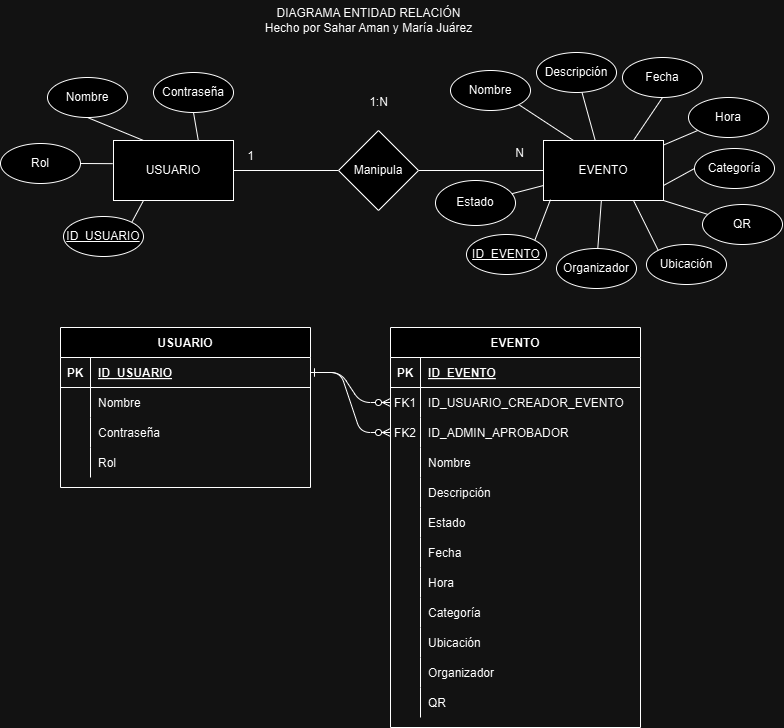
This is DIAGRAMA_ER_PROYECTOWEB.drawio.png from mariajuarezmo/Eventify_Proyecto_Colaborativo, a draw.io export, as it was before one commit. Source tidied: cells renumbered, new cells last; positions are measured from the earlier drawing's top-left corner, leaving out a move shared by most shapes.
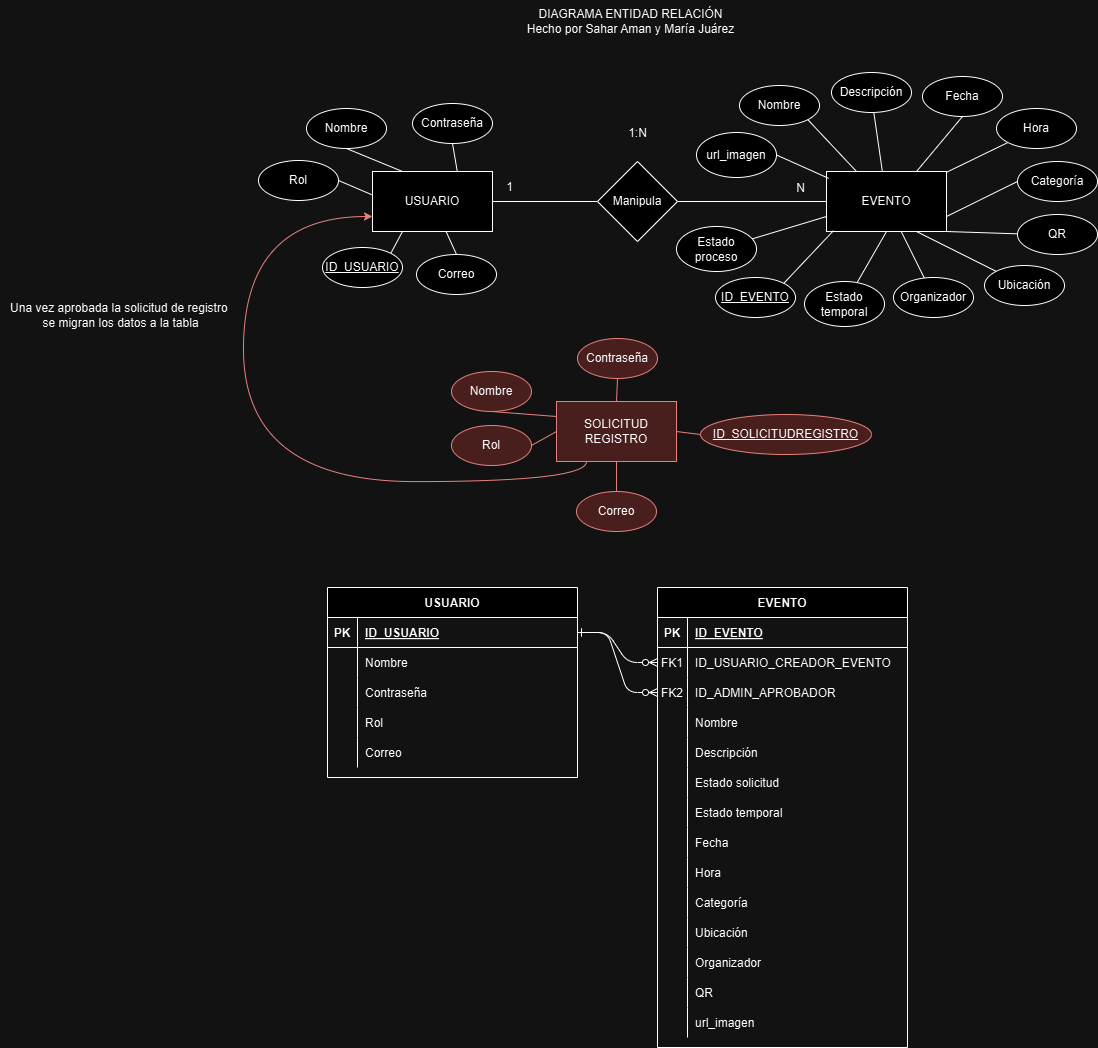
Later version of the same file.

Commit message:
Modificación ER y agregar atributos url_imagen la tabla Eventos y el atributo correo en la tabla Usuarios

Diff of the diagram source:
```diff
@@ -6,7 +6,7 @@
       <mxGeometry relative="1" as="geometry" />
     </mxCell>
     <mxCell id="3" value="EVENTO" style="shape=table;startSize=30;rowLines=0;fontStyle=1;align=center;" parent="1" vertex="1">
-      <mxGeometry x="390" y="327" width="250" height="400" as="geometry" />
+      <mxGeometry x="398" y="556" width="250" height="460" as="geometry" />
     </mxCell>
     <mxCell id="4" style="shape=partialRectangle;fillColor=none;top=0;left=0;right=0;bottom=1;" parent="3" vertex="1">
       <mxGeometry y="30" width="250" height="30" as="geometry" />
@@ -59,11 +59,20 @@
     <mxCell id="20" style="shape=partialRectangle;overflow=hidden;fillColor=none;top=0;left=0;bottom=0;right=0;" parent="19" vertex="1">
       <mxGeometry width="30" height="30" as="geometry" />
     </mxCell>
-    <mxCell id="21" value="Estado" style="shape=partialRectangle;overflow=hidden;fillColor=none;top=0;left=0;bottom=0;right=0;align=left;spacingLeft=6;" parent="19" vertex="1">
+    <mxCell id="21" value="Estado solicitud" style="shape=partialRectangle;overflow=hidden;fillColor=none;top=0;left=0;bottom=0;right=0;align=left;spacingLeft=6;" parent="19" vertex="1">
       <mxGeometry x="30" width="220" height="30" as="geometry" />
     </mxCell>
+    <mxCell id="91" style="shape=partialRectangle;fillColor=none;top=0;left=0;right=0;bottom=0;" parent="3" vertex="1">
+      <mxGeometry y="210" width="250" height="30" as="geometry" />
+    </mxCell>
+    <mxCell id="92" style="shape=partialRectangle;overflow=hidden;fillColor=none;top=0;left=0;bottom=0;right=0;" parent="91" vertex="1">
+      <mxGeometry width="30" height="30" as="geometry" />
+    </mxCell>
+    <mxCell id="93" value="Estado temporal" style="shape=partialRectangle;overflow=hidden;fillColor=none;top=0;left=0;bottom=0;right=0;align=left;spacingLeft=6;" parent="91" vertex="1">
+      <mxGeometry x="30" width="220" height="30" as="geometry" />
+    </mxCell>
     <mxCell id="22" style="shape=partialRectangle;fillColor=none;top=0;left=0;right=0;bottom=0;" parent="3" vertex="1">
-      <mxGeometry y="210" width="250" height="30" as="geometry" />
+      <mxGeometry y="240" width="250" height="30" as="geometry" />
     </mxCell>
     <mxCell id="23" style="shape=partialRectangle;overflow=hidden;fillColor=none;top=0;left=0;bottom=0;right=0;" parent="22" vertex="1">
       <mxGeometry width="30" height="30" as="geometry" />
@@ -72,7 +81,7 @@
       <mxGeometry x="30" width="220" height="30" as="geometry" />
     </mxCell>
     <mxCell id="25" style="shape=partialRectangle;fillColor=none;top=0;left=0;right=0;bottom=0;" parent="3" vertex="1">
-      <mxGeometry y="240" width="250" height="30" as="geometry" />
+      <mxGeometry y="270" width="250" height="30" as="geometry" />
     </mxCell>
     <mxCell id="26" style="shape=partialRectangle;overflow=hidden;fillColor=none;top=0;left=0;bottom=0;right=0;" parent="25" vertex="1">
       <mxGeometry width="30" height="30" as="geometry" />
@@ -81,7 +90,7 @@
       <mxGeometry x="30" width="220" height="30" as="geometry" />
     </mxCell>
     <mxCell id="28" style="shape=partialRectangle;fillColor=none;top=0;left=0;right=0;bottom=0;" parent="3" vertex="1">
-      <mxGeometry y="270" width="250" height="30" as="geometry" />
+      <mxGeometry y="300" width="250" height="30" as="geometry" />
     </mxCell>
     <mxCell id="29" style="shape=partialRectangle;overflow=hidden;fillColor=none;top=0;left=0;bottom=0;right=0;" parent="28" vertex="1">
       <mxGeometry width="30" height="30" as="geometry" />
@@ -90,7 +99,7 @@
       <mxGeometry x="30" width="220" height="30" as="geometry" />
     </mxCell>
     <mxCell id="31" style="shape=partialRectangle;fillColor=none;top=0;left=0;right=0;bottom=0;" parent="3" vertex="1">
-      <mxGeometry y="300" width="250" height="30" as="geometry" />
+      <mxGeometry y="330" width="250" height="30" as="geometry" />
     </mxCell>
     <mxCell id="32" style="shape=partialRectangle;overflow=hidden;fillColor=none;top=0;left=0;bottom=0;right=0;" parent="31" vertex="1">
       <mxGeometry width="30" height="30" as="geometry" />
@@ -99,7 +108,7 @@
       <mxGeometry x="30" width="220" height="30" as="geometry" />
     </mxCell>
     <mxCell id="34" style="shape=partialRectangle;fillColor=none;top=0;left=0;right=0;bottom=0;" parent="3" vertex="1">
-      <mxGeometry y="330" width="250" height="30" as="geometry" />
+      <mxGeometry y="360" width="250" height="30" as="geometry" />
     </mxCell>
     <mxCell id="35" style="shape=partialRectangle;overflow=hidden;fillColor=none;top=0;left=0;bottom=0;right=0;" parent="34" vertex="1">
       <mxGeometry width="30" height="30" as="geometry" />
@@ -108,7 +117,7 @@
       <mxGeometry x="30" width="220" height="30" as="geometry" />
     </mxCell>
     <mxCell id="37" style="shape=partialRectangle;fillColor=none;top=0;left=0;right=0;bottom=0;" parent="3" vertex="1">
-      <mxGeometry y="360" width="250" height="30" as="geometry" />
+      <mxGeometry y="390" width="250" height="30" as="geometry" />
     </mxCell>
     <mxCell id="38" style="shape=partialRectangle;overflow=hidden;fillColor=none;top=0;left=0;bottom=0;right=0;" parent="37" vertex="1">
       <mxGeometry width="30" height="30" as="geometry" />
@@ -116,8 +125,17 @@
     <mxCell id="39" value="QR" style="shape=partialRectangle;overflow=hidden;fillColor=none;top=0;left=0;bottom=0;right=0;align=left;spacingLeft=6;" parent="37" vertex="1">
       <mxGeometry x="30" width="220" height="30" as="geometry" />
     </mxCell>
+    <mxCell id="94" style="shape=partialRectangle;fillColor=none;top=0;left=0;right=0;bottom=0;" parent="3" vertex="1">
+      <mxGeometry y="420" width="250" height="30" as="geometry" />
+    </mxCell>
+    <mxCell id="95" style="shape=partialRectangle;overflow=hidden;fillColor=none;top=0;left=0;bottom=0;right=0;" parent="94" vertex="1">
+      <mxGeometry width="30" height="30" as="geometry" />
+    </mxCell>
+    <mxCell id="96" value="url_imagen" style="shape=partialRectangle;overflow=hidden;fillColor=none;top=0;left=0;bottom=0;right=0;align=left;spacingLeft=6;" parent="94" vertex="1">
+      <mxGeometry x="30" width="220" height="30" as="geometry" />
+    </mxCell>
     <mxCell id="40" value="USUARIO" style="shape=table;startSize=30;rowLines=0;fontStyle=1;align=center;" parent="1" vertex="1">
-      <mxGeometry x="60" y="327" width="250" height="160" as="geometry" />
+      <mxGeometry x="68" y="556" width="250" height="190" as="geometry" />
     </mxCell>
     <mxCell id="41" style="shape=partialRectangle;fillColor=none;points=[[0,0.5],[1,0.5]];portConstraint=eastwest;top=0;left=0;right=0;bottom=1;" parent="40" vertex="1">
       <mxGeometry y="30" width="250" height="30" as="geometry" />
@@ -155,6 +173,15 @@
     <mxCell id="52" value="Rol" style="shape=partialRectangle;overflow=hidden;fillColor=none;top=0;left=0;bottom=0;right=0;align=left;spacingLeft=6;" parent="50" vertex="1">
       <mxGeometry x="30" width="220" height="30" as="geometry" />
     </mxCell>
+    <mxCell id="97" style="shape=partialRectangle;fillColor=none;top=0;left=0;right=0;bottom=0;" parent="40" vertex="1">
+      <mxGeometry y="150" width="250" height="30" as="geometry" />
+    </mxCell>
+    <mxCell id="98" style="shape=partialRectangle;overflow=hidden;fillColor=none;top=0;left=0;bottom=0;right=0;" parent="97" vertex="1">
+      <mxGeometry width="30" height="30" as="geometry" />
+    </mxCell>
+    <mxCell id="99" value="Correo" style="shape=partialRectangle;overflow=hidden;fillColor=none;top=0;left=0;bottom=0;right=0;align=left;spacingLeft=6;" parent="97" vertex="1">
+      <mxGeometry x="30" width="220" height="30" as="geometry" />
+    </mxCell>
     <mxCell id="53" style="edgeStyle=orthogonalEdgeStyle;rounded=0;jettySize=auto;html=1;endArrow=none;endFill=0;" parent="1" edge="1" source="54" target="56">
       <mxGeometry relative="1" as="geometry" />
     </mxCell>
@@ -168,7 +195,7 @@
       <mxGeometry x="338" y="130" width="80" height="80" as="geometry" />
     </mxCell>
     <mxCell id="57" value="EVENTO" style="rounded=0;whiteSpace=wrap;html=1;" parent="1" vertex="1">
-      <mxGeometry x="543" y="140" width="120" height="60" as="geometry" />
+      <mxGeometry x="567" y="140" width="120" height="60" as="geometry" />
     </mxCell>
     <mxCell id="58" style="rounded=0;jettySize=auto;html=1;exitX=0.5;exitY=1;exitDx=0;exitDy=0;entryX=0.25;entryY=0;entryDx=0;entryDy=0;endArrow=none;endFill=0;" parent="1" edge="1" source="59" target="54">
       <mxGeometry relative="1" as="geometry" />
@@ -180,7 +207,7 @@
       <mxGeometry x="153" y="72" width="80" height="40" as="geometry" />
     </mxCell>
     <mxCell id="61" value="Rol" style="ellipse;whiteSpace=wrap;html=1;" parent="1" vertex="1">
-      <mxGeometry y="143" width="80" height="40" as="geometry" />
+      <mxGeometry x="-1" y="129" width="80" height="40" as="geometry" />
     </mxCell>
     <mxCell id="62" style="rounded=0;jettySize=auto;html=1;exitX=1;exitY=0;exitDx=0;exitDy=0;entryX=0.25;entryY=1;entryDx=0;entryDy=0;endArrow=none;endFill=0;" parent="1" edge="1" source="63" target="54">
       <mxGeometry relative="1" as="geometry" />
@@ -195,40 +222,40 @@
       <mxGeometry relative="1" as="geometry" />
     </mxCell>
     <mxCell id="66" value="N" style="text;html=1;align=center;verticalAlign=middle;strokeColor=none;fillColor=none;" parent="1" vertex="1">
-      <mxGeometry x="505" y="140" width="27" height="26" as="geometry" />
+      <mxGeometry x="528" y="144" width="27" height="26" as="geometry" />
     </mxCell>
     <mxCell id="67" value="1" style="text;html=1;align=center;verticalAlign=middle;strokeColor=none;fillColor=none;" parent="1" vertex="1">
       <mxGeometry x="237" y="143" width="25" height="26" as="geometry" />
     </mxCell>
     <mxCell id="68" value="Fecha" style="ellipse;whiteSpace=wrap;html=1;" parent="1" vertex="1">
-      <mxGeometry x="622" y="57" width="80" height="40" as="geometry" />
+      <mxGeometry x="663" y="45" width="80" height="40" as="geometry" />
     </mxCell>
     <mxCell id="69" value="&lt;u&gt;ID_EVENTO&lt;/u&gt;" style="ellipse;whiteSpace=wrap;html=1;" parent="1" vertex="1">
-      <mxGeometry x="466" y="234" width="80" height="40" as="geometry" />
+      <mxGeometry x="456" y="246" width="80" height="40" as="geometry" />
     </mxCell>
     <mxCell id="70" style="rounded=0;jettySize=auto;html=1;endArrow=none;endFill=0;" parent="1" edge="1" source="71" target="57">
       <mxGeometry relative="1" as="geometry" />
     </mxCell>
     <mxCell id="71" value="Organizador" style="ellipse;whiteSpace=wrap;html=1;" parent="1" vertex="1">
-      <mxGeometry x="556" y="248" width="80" height="40" as="geometry" />
+      <mxGeometry x="634" y="246" width="80" height="40" as="geometry" />
     </mxCell>
     <mxCell id="72" style="rounded=0;jettySize=auto;html=1;endArrow=none;endFill=0;" parent="1" edge="1" source="73" target="57">
       <mxGeometry relative="1" as="geometry" />
     </mxCell>
     <mxCell id="73" value="Descripción" style="ellipse;whiteSpace=wrap;html=1;" parent="1" vertex="1">
-      <mxGeometry x="536" y="52" width="80" height="40" as="geometry" />
+      <mxGeometry x="572" y="41" width="80" height="40" as="geometry" />
     </mxCell>
     <mxCell id="74" style="rounded=0;jettySize=auto;html=1;endArrow=none;endFill=0;" parent="1" edge="1" source="75" target="57">
       <mxGeometry relative="1" as="geometry" />
     </mxCell>
     <mxCell id="75" value="Hora" style="ellipse;whiteSpace=wrap;html=1;" parent="1" vertex="1">
-      <mxGeometry x="688" y="97" width="80" height="40" as="geometry" />
+      <mxGeometry x="737" y="77" width="80" height="40" as="geometry" />
     </mxCell>
     <mxCell id="76" value="Ubicación" style="ellipse;whiteSpace=wrap;html=1;" parent="1" vertex="1">
-      <mxGeometry x="646" y="244" width="80" height="40" as="geometry" />
+      <mxGeometry x="725" y="234" width="80" height="40" as="geometry" />
     </mxCell>
     <mxCell id="77" value="Nombre" style="ellipse;whiteSpace=wrap;html=1;" parent="1" vertex="1">
-      <mxGeometry x="450" y="70" width="80" height="40" as="geometry" />
+      <mxGeometry x="480" y="54" width="80" height="40" as="geometry" />
     </mxCell>
     <mxCell id="78" style="rounded=0;jettySize=auto;html=1;exitX=0.5;exitY=1;exitDx=0;exitDy=0;entryX=0.75;entryY=0;entryDx=0;entryDy=0;endArrow=none;endFill=0;" parent="1" edge="1" source="68" target="57">
       <mxGeometry relative="1" as="geometry" />
@@ -249,27 +276,90 @@
       <mxGeometry relative="1" as="geometry" />
     </mxCell>
     <mxCell id="84" value="Categoría" style="ellipse;whiteSpace=wrap;html=1;" parent="1" vertex="1">
-      <mxGeometry x="694" y="148" width="80" height="40" as="geometry" />
+      <mxGeometry x="758" y="130" width="80" height="40" as="geometry" />
     </mxCell>
     <mxCell id="85" style="rounded=0;jettySize=auto;html=1;entryX=1;entryY=1;entryDx=0;entryDy=0;endArrow=none;endFill=0;" parent="1" edge="1" source="86" target="57">
       <mxGeometry relative="1" as="geometry" />
     </mxCell>
     <mxCell id="86" value="QR" style="ellipse;whiteSpace=wrap;html=1;" parent="1" vertex="1">
-      <mxGeometry x="702" y="204" width="80" height="40" as="geometry" />
+      <mxGeometry x="758" y="183" width="80" height="40" as="geometry" />
     </mxCell>
     <mxCell id="87" value="DIAGRAMA ENTIDAD RELACIÓN&lt;div&gt;Hecho por Sahar Aman y María Juárez&lt;/div&gt;" style="text;html=1;align=center;verticalAlign=middle;strokeColor=none;fillColor=none;" parent="1" vertex="1">
-      <mxGeometry x="255" width="225" height="41" as="geometry" />
+      <mxGeometry x="258" y="-31" width="225" height="41" as="geometry" />
     </mxCell>
     <mxCell id="88" style="rounded=0;jettySize=auto;html=1;entryX=0;entryY=0.75;entryDx=0;entryDy=0;endArrow=none;endFill=0;" parent="1" edge="1" source="89" target="57">
       <mxGeometry relative="1" as="geometry" />
     </mxCell>
-    <mxCell id="89" value="Estado" style="ellipse;whiteSpace=wrap;html=1;" parent="1" vertex="1">
-      <mxGeometry x="435" y="180" width="80" height="45" as="geometry" />
+    <mxCell id="89" value="Estado proceso" style="ellipse;whiteSpace=wrap;html=1;" parent="1" vertex="1">
+      <mxGeometry x="417" y="195" width="80" height="45" as="geometry" />
     </mxCell>
     <mxCell id="90" style="edgeStyle=entityRelationEdgeStyle;endArrow=ERzeroToMany;startArrow=ERone;endFill=1;startFill=0;exitX=1;exitY=0.5;exitDx=0;exitDy=0;" parent="1" edge="1" source="41">
       <mxGeometry relative="1" as="geometry">
-        <mxPoint x="390" y="432" as="targetPoint" />
+        <mxPoint x="398" y="661" as="targetPoint" />
       </mxGeometry>
     </mxCell>
+    <mxCell id="100" style="edgeStyle=orthogonalEdgeStyle;rounded=0;jettySize=auto;html=1;exitX=0.25;exitY=1;exitDx=0;exitDy=0;entryX=0;entryY=0.75;entryDx=0;entryDy=0;curved=1;fillColor=#f8cecc;strokeColor=#b85450;" parent="1" edge="1" source="101" target="54">
+      <mxGeometry relative="1" as="geometry">
+        <Array as="points">
+          <mxPoint x="327" y="450" />
+          <mxPoint x="-16" y="450" />
+          <mxPoint x="-16" y="185" />
+        </Array>
+      </mxGeometry>
+    </mxCell>
+    <mxCell id="101" value="SOLICITUD REGISTRO" style="rounded=0;whiteSpace=wrap;html=1;fillColor=#f8cecc;strokeColor=#b85450;" parent="1" vertex="1">
+      <mxGeometry x="297" y="370" width="120" height="60" as="geometry" />
+    </mxCell>
+    <mxCell id="102" style="rounded=0;jettySize=auto;html=1;exitX=0;exitY=0.5;exitDx=0;exitDy=0;entryX=1;entryY=0.5;entryDx=0;entryDy=0;endArrow=none;endFill=0;fillColor=#f8cecc;strokeColor=#b85450;" parent="1" edge="1" source="103" target="101">
+      <mxGeometry relative="1" as="geometry" />
+    </mxCell>
+    <mxCell id="103" value="&lt;u&gt;ID_SOLICITUDREGISTRO&lt;/u&gt;" style="ellipse;whiteSpace=wrap;html=1;fillColor=#f8cecc;strokeColor=#b85450;" parent="1" vertex="1">
+      <mxGeometry x="441" y="383" width="171" height="40" as="geometry" />
+    </mxCell>
+    <mxCell id="104" style="rounded=0;jettySize=auto;html=1;exitX=0.5;exitY=1;exitDx=0;exitDy=0;entryX=0;entryY=0.25;entryDx=0;entryDy=0;endArrow=none;endFill=0;fillColor=#f8cecc;strokeColor=#b85450;" parent="1" edge="1" source="105" target="101">
+      <mxGeometry relative="1" as="geometry" />
+    </mxCell>
+    <mxCell id="105" value="Nombre" style="ellipse;whiteSpace=wrap;html=1;fillColor=#f8cecc;strokeColor=#b85450;" parent="1" vertex="1">
+      <mxGeometry x="192" y="340" width="80" height="40" as="geometry" />
+    </mxCell>
+    <mxCell id="106" value="Contraseña&lt;span style=&quot;color: rgba(0, 0, 0, 0); font-family: monospace; font-size: 0px; text-align: start; text-wrap-mode: nowrap;&quot;&gt;%3CmxGraphModel%3E%3Croot%3E%3CmxCell%20id%3D%220%22%2F%3E%3CmxCell%20id%3D%221%22%20parent%3D%220%22%2F%3E%3CmxCell%20id%3D%222%22%20value%3D%22Nombre%22%20style%3D%22ellipse%3BwhiteSpace%3Dwrap%3Bhtml%3D1%3B%22%20vertex%3D%221%22%20parent%3D%221%22%3E%3CmxGeometry%20x%3D%22130%22%20y%3D%22-220%22%20width%3D%2280%22%20height%3D%2240%22%20as%3D%22geometry%22%2F%3E%3C%2FmxCell%3E%3C%2Froot%3E%3C%2FmxGraphModel%3E&lt;/span&gt;" style="ellipse;whiteSpace=wrap;html=1;fillColor=#f8cecc;strokeColor=#b85450;" parent="1" vertex="1">
+      <mxGeometry x="318" y="307" width="80" height="40" as="geometry" />
+    </mxCell>
+    <mxCell id="107" value="Rol" style="ellipse;whiteSpace=wrap;html=1;fillColor=#f8cecc;strokeColor=#b85450;" parent="1" vertex="1">
+      <mxGeometry x="192" y="394" width="80" height="40" as="geometry" />
+    </mxCell>
+    <mxCell id="108" style="rounded=0;jettySize=auto;html=1;exitX=0.5;exitY=1;exitDx=0;exitDy=0;entryX=0.5;entryY=0;entryDx=0;entryDy=0;endArrow=none;endFill=0;fillColor=#f8cecc;strokeColor=#b85450;" parent="1" edge="1" source="106" target="101">
+      <mxGeometry relative="1" as="geometry" />
+    </mxCell>
+    <mxCell id="109" style="rounded=0;jettySize=auto;html=1;exitX=1;exitY=0.5;exitDx=0;exitDy=0;entryX=0;entryY=0.5;entryDx=0;entryDy=0;endArrow=none;endFill=0;fillColor=#f8cecc;strokeColor=#b85450;" parent="1" edge="1" source="107" target="101">
+      <mxGeometry relative="1" as="geometry" />
+    </mxCell>
+    <mxCell id="110" style="rounded=0;jettySize=auto;html=1;entryX=0.5;entryY=1;entryDx=0;entryDy=0;endArrow=none;endFill=0;" parent="1" edge="1" source="111" target="57">
+      <mxGeometry relative="1" as="geometry" />
+    </mxCell>
+    <mxCell id="111" value="Estado temporal" style="ellipse;whiteSpace=wrap;html=1;" parent="1" vertex="1">
+      <mxGeometry x="545" y="250" width="80" height="45" as="geometry" />
+    </mxCell>
+    <mxCell id="112" value="url_imagen" style="ellipse;whiteSpace=wrap;html=1;" parent="1" vertex="1">
+      <mxGeometry x="437" y="101" width="80" height="45" as="geometry" />
+    </mxCell>
+    <mxCell id="113" style="rounded=0;jettySize=auto;html=1;exitX=1;exitY=0.5;exitDx=0;exitDy=0;entryX=0.018;entryY=0.114;entryDx=0;entryDy=0;entryPerimeter=0;endArrow=none;endFill=0;" parent="1" edge="1" source="112" target="57">
+      <mxGeometry relative="1" as="geometry" />
+    </mxCell>
+    <mxCell id="114" style="rounded=0;jettySize=auto;html=1;exitX=0.5;exitY=0;exitDx=0;exitDy=0;endArrow=none;endFill=0;" parent="1" edge="1" source="115" target="54">
+      <mxGeometry relative="1" as="geometry" />
+    </mxCell>
+    <mxCell id="115" value="Correo" style="ellipse;whiteSpace=wrap;html=1;" parent="1" vertex="1">
+      <mxGeometry x="157" y="223" width="80" height="40" as="geometry" />
+    </mxCell>
+    <mxCell id="116" style="rounded=0;jettySize=auto;html=1;entryX=0.5;entryY=1;entryDx=0;entryDy=0;endArrow=none;endFill=0;fillColor=#f8cecc;strokeColor=#b85450;" parent="1" edge="1" source="117" target="101">
+      <mxGeometry relative="1" as="geometry" />
+    </mxCell>
+    <mxCell id="117" value="Correo" style="ellipse;whiteSpace=wrap;html=1;fillColor=#f8cecc;strokeColor=#b85450;" parent="1" vertex="1">
+      <mxGeometry x="317" y="460" width="80" height="40" as="geometry" />
+    </mxCell>
+    <mxCell id="118" value="Una vez aprobada la solicitud de registro&amp;nbsp;&lt;div&gt;se migran&amp;nbsp;&lt;span style=&quot;background-color: initial;&quot;&gt;los datos a la tabla&lt;/span&gt;&lt;/div&gt;" style="text;html=1;align=center;verticalAlign=middle;strokeColor=none;fillColor=none;" parent="1" vertex="1">
+      <mxGeometry x="-259" y="263" width="239" height="41" as="geometry" />
+    </mxCell>
   </root>
 </mxGraphModel>
```
